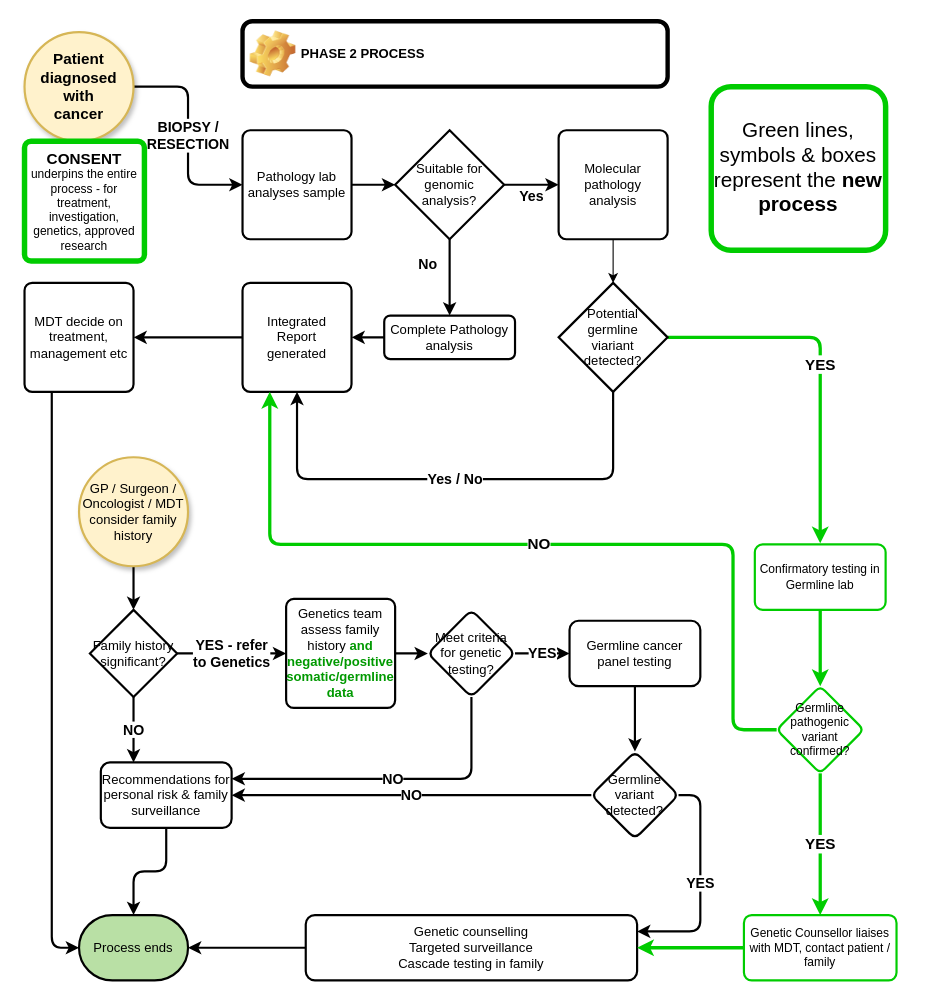
mckeelab/cancerflow keeps this draw.io diagram as BasicCancerFlow_Phase2.drawio. Above is the earlier version. Source tidied: cells renumbered, new cells numbered last; positions are measured from the earlier drawing's top-left corner, leaving out a move shared by most shapes. Both pictures are drawn from the tidied source at 109%, with x=0, y=0 at pixel (24, 21).
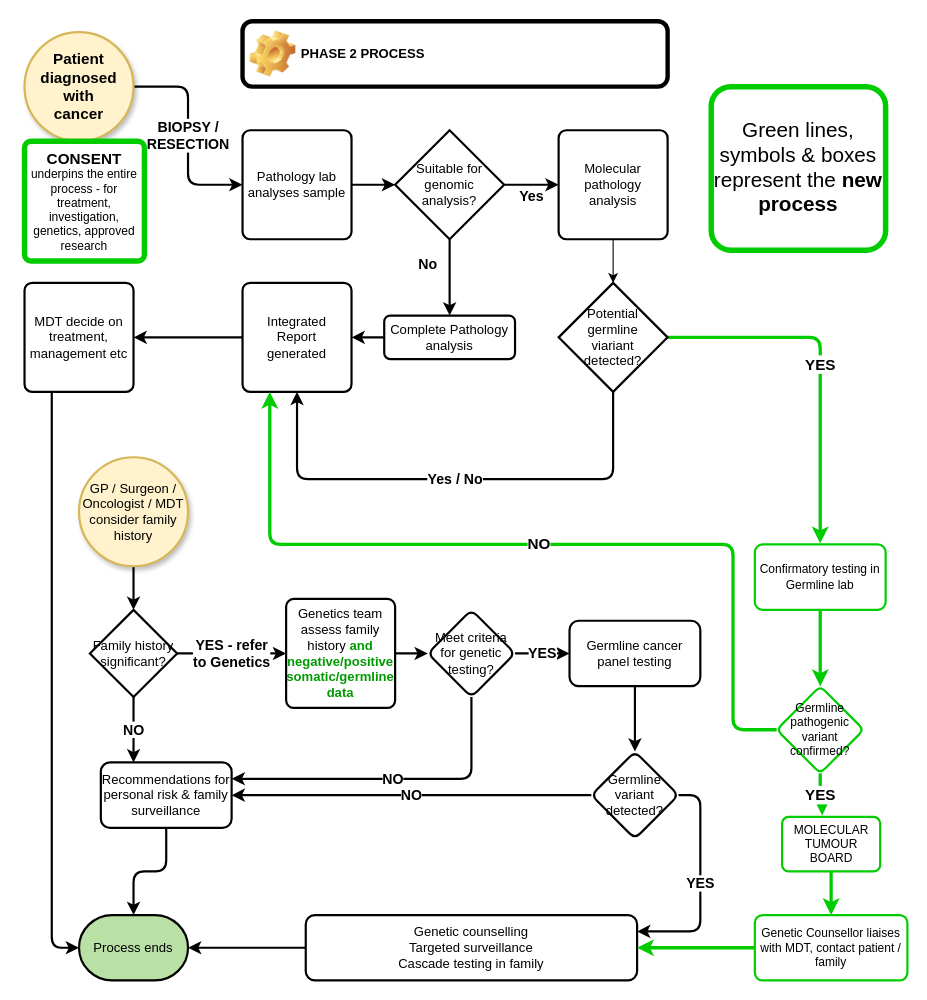
The same diagram, later.

The change refers to these unchanged cells:
```xml
<mxCell id="45" value="Germline pathogenic variant confirmed?" style="rhombus;whiteSpace=wrap;html=1;strokeWidth=2;rounded=1;fontSize=11;strokeColor=#00CC00;arcSize=12;" parent="1" vertex="1">
  <mxGeometry x="690" y="610" width="80" height="80" as="geometry" />
</mxCell>
```

What changed in the source:
```diff
@@
-    <mxCell id="44" value="YES" style="edgeStyle=orthogonalEdgeStyle;shape=connector;rounded=1;jettySize=auto;html=1;labelBackgroundColor=default;strokeColor=#00CC00;fontFamily=Helvetica;fontSize=14;fontColor=default;endArrow=classic;strokeWidth=3;fontStyle=1;" parent="1" edge="1" source="45" target="47">
+    <mxCell id="44" value="YES" style="edgeStyle=orthogonalEdgeStyle;shape=connector;rounded=1;jettySize=auto;html=1;labelBackgroundColor=default;strokeColor=#00CC00;fontFamily=Helvetica;fontSize=14;fontColor=default;endArrow=classic;strokeWidth=3;fontStyle=1;entryX=0.408;entryY=-0.029;entryDx=0;entryDy=0;entryPerimeter=0;" parent="1" edge="1" source="45" target="52">
       <mxGeometry relative="1" as="geometry" />
     </mxCell>
@@
     <mxCell id="47" value="Genetic Counsellor liaises with MDT, contact patient / family" style="whiteSpace=wrap;html=1;strokeWidth=2;rounded=1;fontSize=11;strokeColor=#00CC00;arcSize=12;" parent="1" vertex="1">
-      <mxGeometry x="660" y="820" width="140" height="60" as="geometry" />
+      <mxGeometry x="670" y="820" width="140" height="60" as="geometry" />
     </mxCell>
@@
+    <mxCell id="51" style="edgeStyle=orthogonalEdgeStyle;rounded=1;jettySize=auto;html=1;entryX=0.5;entryY=0;entryDx=0;entryDy=0;strokeColor=#00CC00;strokeWidth=3;" parent="1" edge="1" source="52" target="47">
+      <mxGeometry relative="1" as="geometry" />
+    </mxCell>
+    <mxCell id="52" value="MOLECULAR&lt;br&gt;TUMOUR&lt;br&gt;BOARD" style="text;html=1;align=center;verticalAlign=middle;points=[];strokeColor=#00CC00;fillColor=default;fontSize=11;strokeWidth=2;rounded=1;arcSize=12;" parent="1" vertex="1">
+      <mxGeometry x="695" y="730" width="90" height="50" as="geometry" />
+    </mxCell>
```
